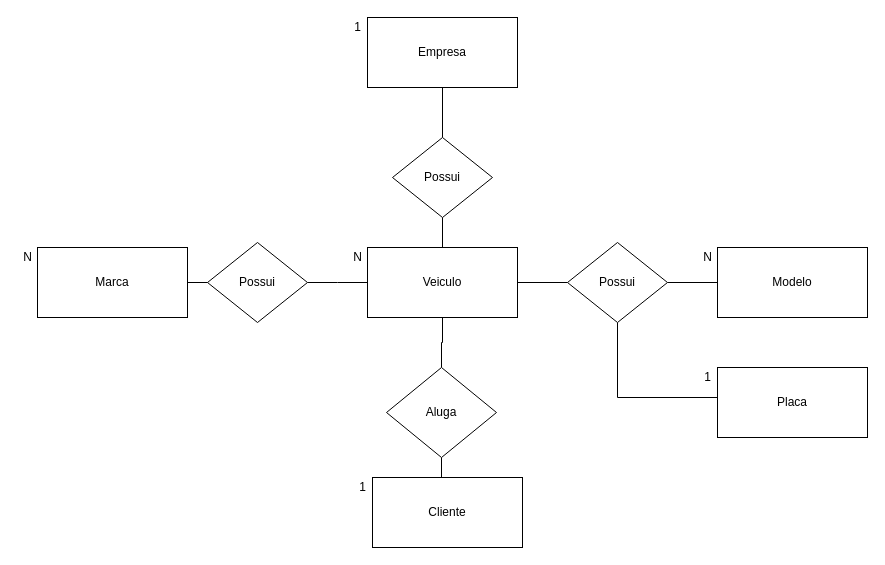
Earlier version of the draw.io diagram page "Page-1" (1 of 2) of exercicios/1.2-exercicio-locadora/1.2-exercicio-locadora.drawio (Caic-Mateus/SENAI-2Termo-Sprint1-BD). Source tidied: cells renumbered, new cells numbered last; positions are measured from the earlier drawing's top-left corner, leaving out a move shared by most shapes. Both pictures are drawn from the tidied source at 100%, with x=0, y=0 at pixel (17, 17).
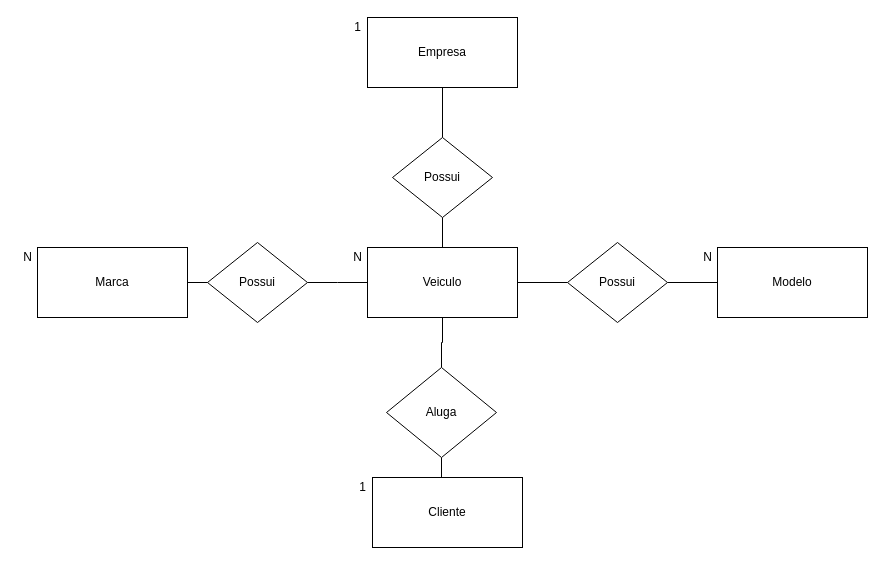
After the change.

Commit message (it also covers changes not shown here):
finalizado o exercicio 1.2 e adicionada a parte lógica

Unchanged cells that the change refers to:
```xml
<mxCell id="14" value="Possui" style="rhombus;whiteSpace=wrap;html=1;" parent="1" vertex="1">
  <mxGeometry x="550" y="225" width="100" height="80" as="geometry" />
</mxCell>
```

The edit, as a diff of the source:
```diff
@@
-    <mxCell id="13" style="edgeStyle=orthogonalEdgeStyle;rounded=0;jettySize=auto;html=1;exitX=0.5;exitY=1;exitDx=0;exitDy=0;endArrow=none;endFill=0;" parent="1" edge="1" source="14">
-      <mxGeometry relative="1" as="geometry">
-        <mxPoint x="700" y="390" as="targetPoint" />
-        <Array as="points">
-          <mxPoint x="600" y="380" />
-          <mxPoint x="700" y="380" />
-        </Array>
-      </mxGeometry>
-    </mxCell>
@@
-    <mxCell id="18" value="Placa" style="rounded=0;whiteSpace=wrap;html=1;" parent="1" vertex="1">
-      <mxGeometry x="700" y="350" width="150" height="70" as="geometry" />
-    </mxCell>
@@
-    <mxCell id="26" value="1" style="text;html=1;align=center;verticalAlign=middle;" parent="1" vertex="1">
-      <mxGeometry x="680" y="350" width="20" height="20" as="geometry" />
-    </mxCell>
```
